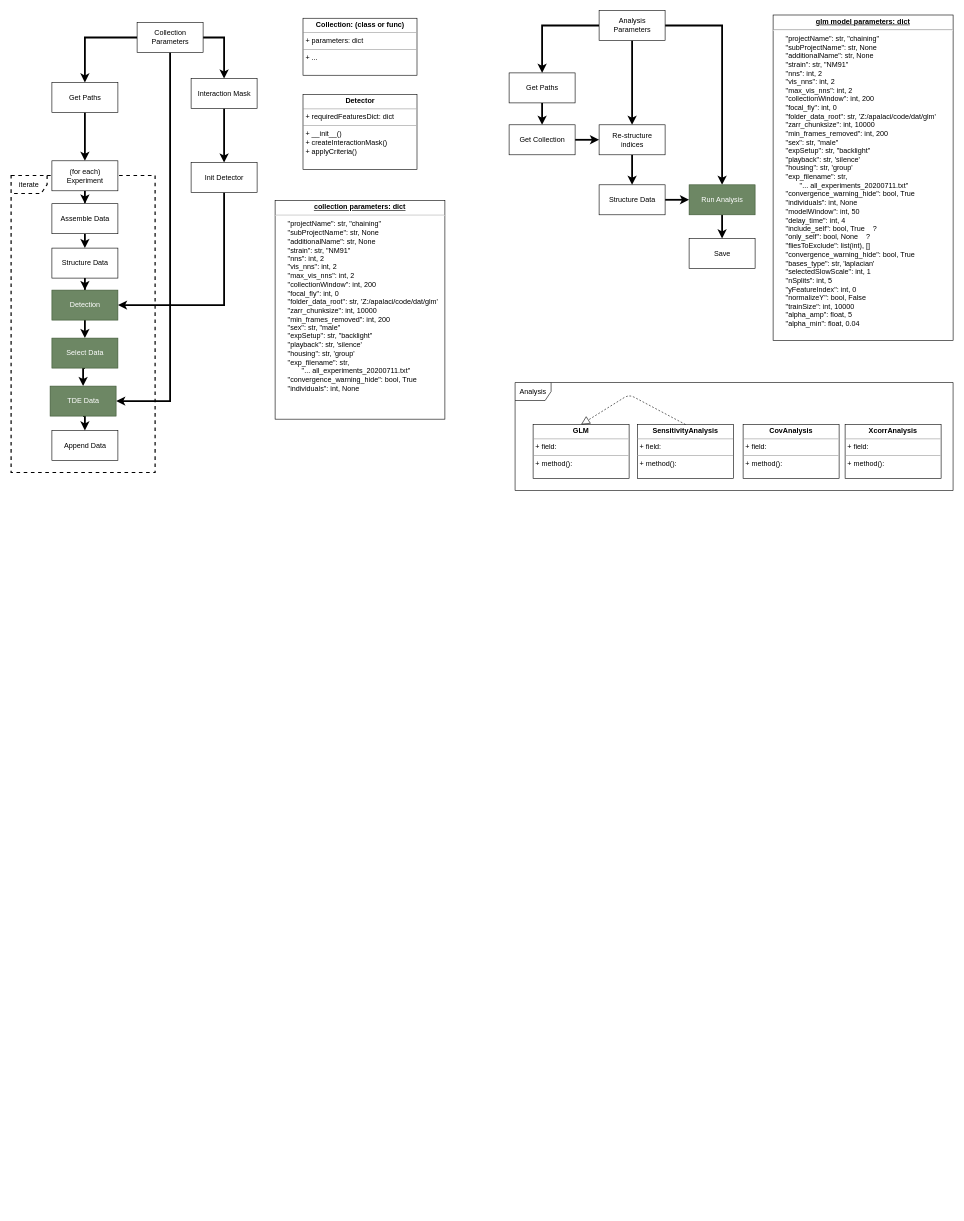
This is new_organization.drawio from adpala/sandbox, a draw.io file, before an edit. Source tidied: cells renumbered, new cells numbered last; positions are measured from the earlier drawing's top-left corner, leaving out a move shared by most shapes. Both pictures are drawn from the tidied source at 60%, with x=0, y=0 at pixel (11, 10).
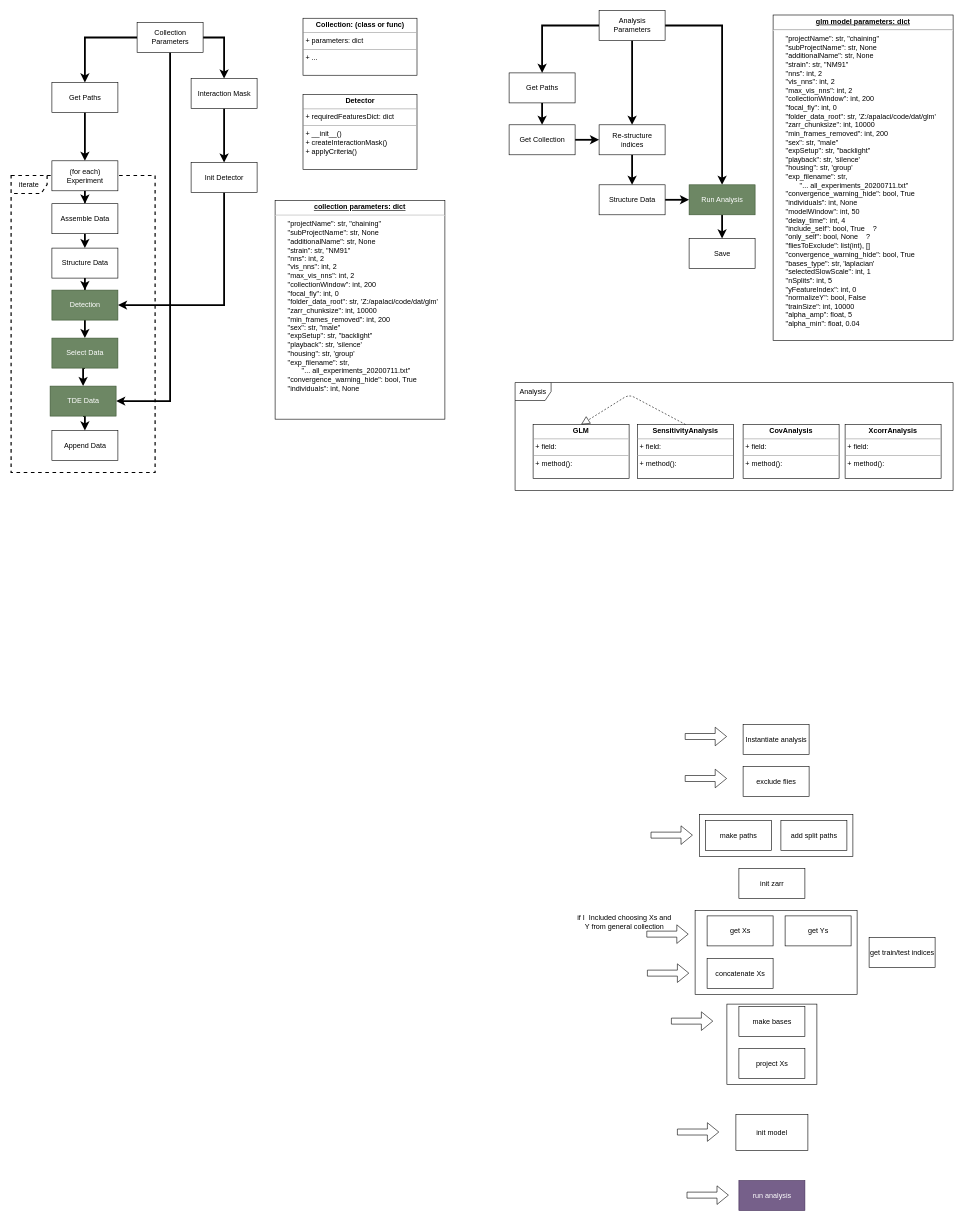
The same page after the edit.

Diff of the diagram source:
```diff
@@
+    <mxCell id="51" style="rounded=0;whiteSpace=wrap;html=1;" parent="1" vertex="1">
+      <mxGeometry x="1147" y="1340" width="256" height="70" as="geometry" />
+    </mxCell>
+    <mxCell id="52" style="rounded=0;whiteSpace=wrap;html=1;" parent="1" vertex="1">
+      <mxGeometry x="1193" y="1656" width="150" height="134" as="geometry" />
+    </mxCell>
+    <mxCell id="53" style="rounded=0;whiteSpace=wrap;html=1;" parent="1" vertex="1">
+      <mxGeometry x="1140" y="1500" width="270" height="140" as="geometry" />
+    </mxCell>
@@
+    <mxCell id="54" value="exclude flies" style="html=1;" parent="1" vertex="1">
+      <mxGeometry x="1220" y="1260" width="110" height="50" as="geometry" />
+    </mxCell>
+    <mxCell id="55" value="Instantiate analysis" style="html=1;" parent="1" vertex="1">
+      <mxGeometry x="1220" y="1190" width="110" height="50" as="geometry" />
+    </mxCell>
+    <mxCell id="56" value="make paths" style="html=1;" parent="1" vertex="1">
+      <mxGeometry x="1157" y="1350" width="110" height="50" as="geometry" />
+    </mxCell>
+    <mxCell id="57" value="add split paths" style="html=1;" parent="1" vertex="1">
+      <mxGeometry x="1283" y="1350" width="110" height="50" as="geometry" />
+    </mxCell>
+    <mxCell id="58" value="init zarr" style="html=1;" parent="1" vertex="1">
+      <mxGeometry x="1213" y="1430" width="110" height="50" as="geometry" />
+    </mxCell>
+    <mxCell id="59" value="make bases" style="html=1;" parent="1" vertex="1">
+      <mxGeometry x="1213" y="1660" width="110" height="50" as="geometry" />
+    </mxCell>
+    <mxCell id="60" value="get Xs" style="html=1;" parent="1" vertex="1">
+      <mxGeometry x="1160" y="1509" width="110" height="50" as="geometry" />
+    </mxCell>
+    <mxCell id="61" value="get Ys" style="html=1;" parent="1" vertex="1">
+      <mxGeometry x="1290" y="1509" width="110" height="50" as="geometry" />
+    </mxCell>
+    <mxCell id="62" value="concatenate Xs" style="html=1;" parent="1" vertex="1">
+      <mxGeometry x="1160" y="1580" width="110" height="50" as="geometry" />
+    </mxCell>
+    <mxCell id="63" value="project Xs" style="html=1;" parent="1" vertex="1">
+      <mxGeometry x="1213" y="1730" width="110" height="50" as="geometry" />
+    </mxCell>
+    <mxCell id="64" value="get train/test indices" style="html=1;" parent="1" vertex="1">
+      <mxGeometry x="1430" y="1545" width="110" height="50" as="geometry" />
+    </mxCell>
+    <mxCell id="65" value="run analysis" style="html=1;fillColor=#76608a;strokeColor=#432D57;fontColor=#ffffff;" parent="1" vertex="1">
+      <mxGeometry x="1213" y="1950" width="110" height="50" as="geometry" />
+    </mxCell>
+    <mxCell id="66" style="shape=flexArrow;endArrow=classic;html=1;" parent="1" edge="1">
+      <mxGeometry relative="1" as="geometry">
+        <mxPoint x="1123" y="1280" as="sourcePoint" />
+        <mxPoint x="1193" y="1280" as="targetPoint" />
+      </mxGeometry>
+    </mxCell>
+    <mxCell id="67" style="shape=flexArrow;endArrow=classic;html=1;" parent="1" edge="1">
+      <mxGeometry relative="1" as="geometry">
+        <mxPoint x="1066" y="1374.4" as="sourcePoint" />
+        <mxPoint x="1136" y="1374.4" as="targetPoint" />
+      </mxGeometry>
+    </mxCell>
+    <mxCell id="68" style="shape=flexArrow;endArrow=classic;html=1;" parent="1" edge="1">
+      <mxGeometry relative="1" as="geometry">
+        <mxPoint x="1123" y="1210" as="sourcePoint" />
+        <mxPoint x="1193" y="1210" as="targetPoint" />
+      </mxGeometry>
+    </mxCell>
+    <mxCell id="69" style="shape=flexArrow;endArrow=classic;html=1;" parent="1" edge="1">
+      <mxGeometry relative="1" as="geometry">
+        <mxPoint x="1059" y="1539.4" as="sourcePoint" />
+        <mxPoint x="1129" y="1539.4" as="targetPoint" />
+      </mxGeometry>
+    </mxCell>
+    <mxCell id="70" value="if I&amp;nbsp; Included choosing Xs and Y from general collection" style="text;html=1;strokeColor=none;fillColor=none;align=center;verticalAlign=middle;whiteSpace=wrap;rounded=0;" parent="1" vertex="1">
+      <mxGeometry x="940" y="1500" width="165" height="39" as="geometry" />
+    </mxCell>
+    <mxCell id="71" style="shape=flexArrow;endArrow=classic;html=1;" parent="1" edge="1">
+      <mxGeometry relative="1" as="geometry">
+        <mxPoint x="1100" y="1684.4" as="sourcePoint" />
+        <mxPoint x="1170" y="1684.4" as="targetPoint" />
+      </mxGeometry>
+    </mxCell>
+    <mxCell id="72" style="shape=flexArrow;endArrow=classic;html=1;" parent="1" edge="1">
+      <mxGeometry relative="1" as="geometry">
+        <mxPoint x="1060" y="1604.4" as="sourcePoint" />
+        <mxPoint x="1130" y="1604.4" as="targetPoint" />
+      </mxGeometry>
+    </mxCell>
+    <mxCell id="73" style="shape=flexArrow;endArrow=classic;html=1;" parent="1" edge="1">
+      <mxGeometry relative="1" as="geometry">
+        <mxPoint x="1126" y="1974.4" as="sourcePoint" />
+        <mxPoint x="1196" y="1974.4" as="targetPoint" />
+      </mxGeometry>
+    </mxCell>
+    <mxCell id="74" value="init model" style="rounded=0;whiteSpace=wrap;html=1;" parent="1" vertex="1">
+      <mxGeometry x="1208" y="1840" width="120" height="60" as="geometry" />
+    </mxCell>
+    <mxCell id="75" style="shape=flexArrow;endArrow=classic;html=1;" parent="1" edge="1">
+      <mxGeometry relative="1" as="geometry">
+        <mxPoint x="1110" y="1869.2" as="sourcePoint" />
+        <mxPoint x="1180" y="1869.2" as="targetPoint" />
+      </mxGeometry>
+    </mxCell>
```
